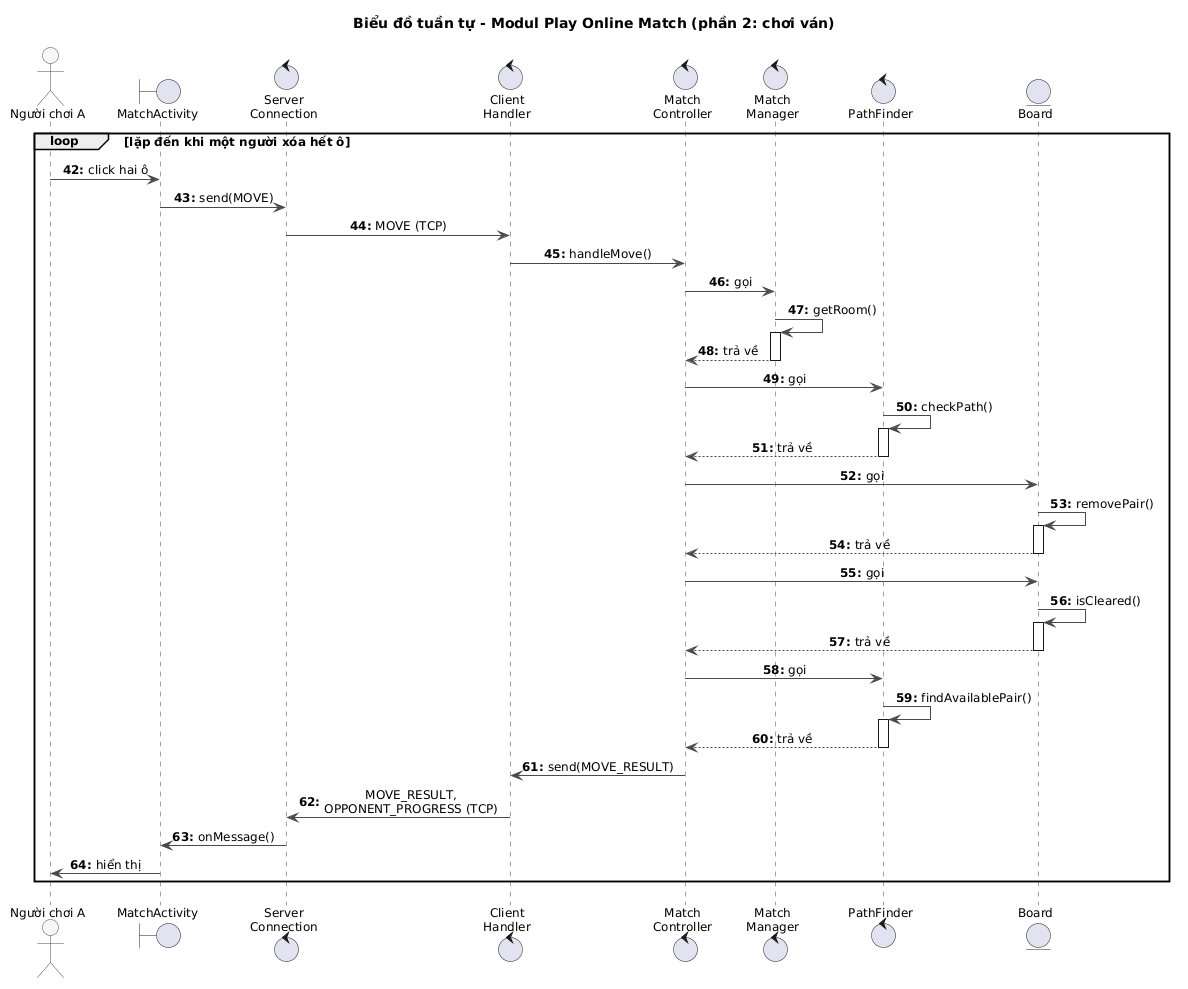
Above: docs/uml/pha3/seq-m4-2.png in VattenL/mobile-pikachu (PlantUML), before the change.
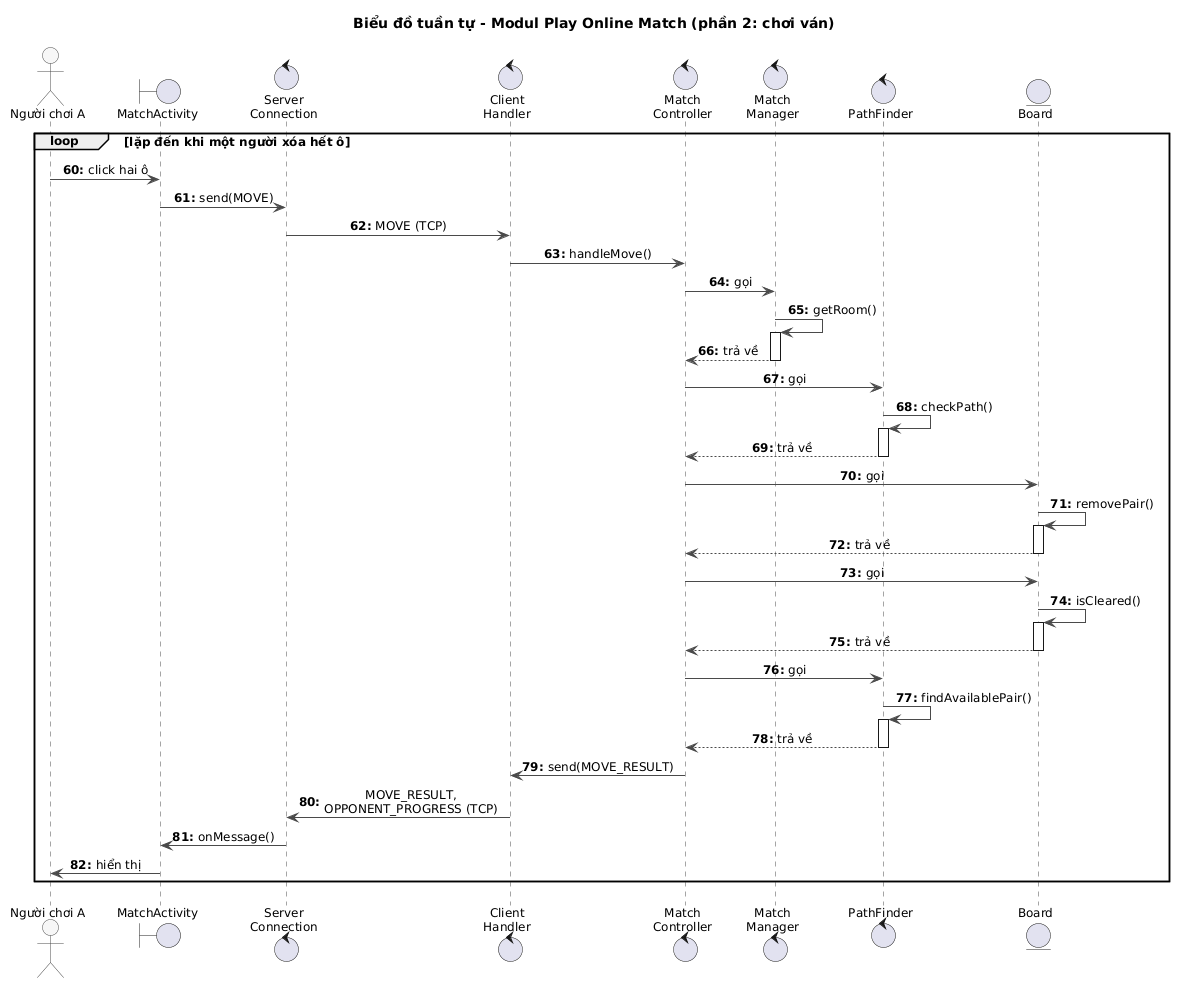
Later version of the same file.

What changed in the source:
```diff
@@ -14,7 +14,7 @@
   ActorBackgroundColor #F7F7F7
 }
 autonumber "<b>0:"
-autonumber 42 "<b>0:"
+autonumber 60 "<b>0:"
 
 actor "Người chơi A" as A
 boundary MatchActivity
```
